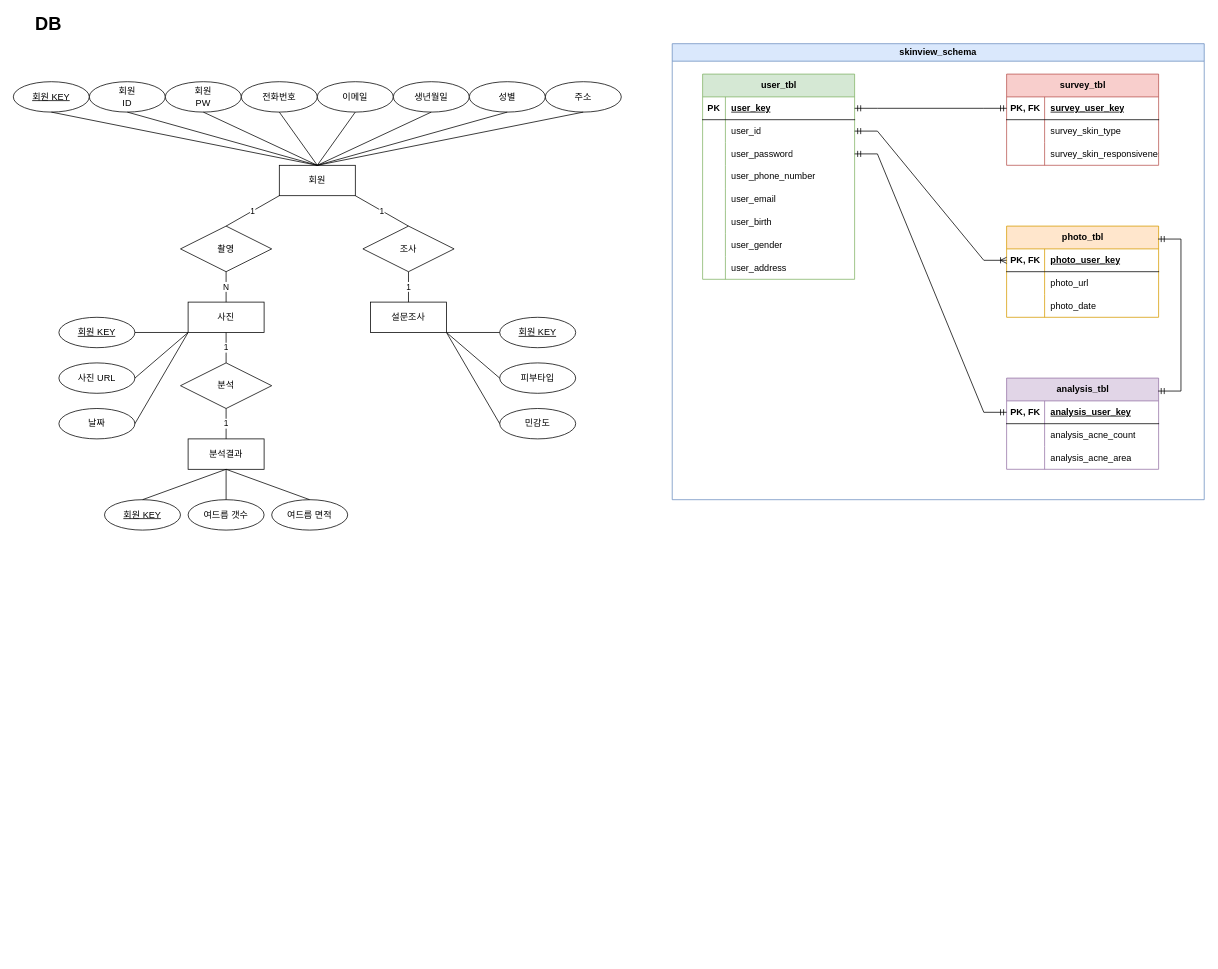
This is DB 관계도.drawio from jh051777/ai_skin, a draw.io file, before an edit. Source tidied: cells renumbered, new cells numbered last; positions are measured from the earlier drawing's top-left corner, leaving out a move shared by most shapes. Both pictures are drawn from the tidied source at 76%, with x=0, y=0 at pixel (13, 13).
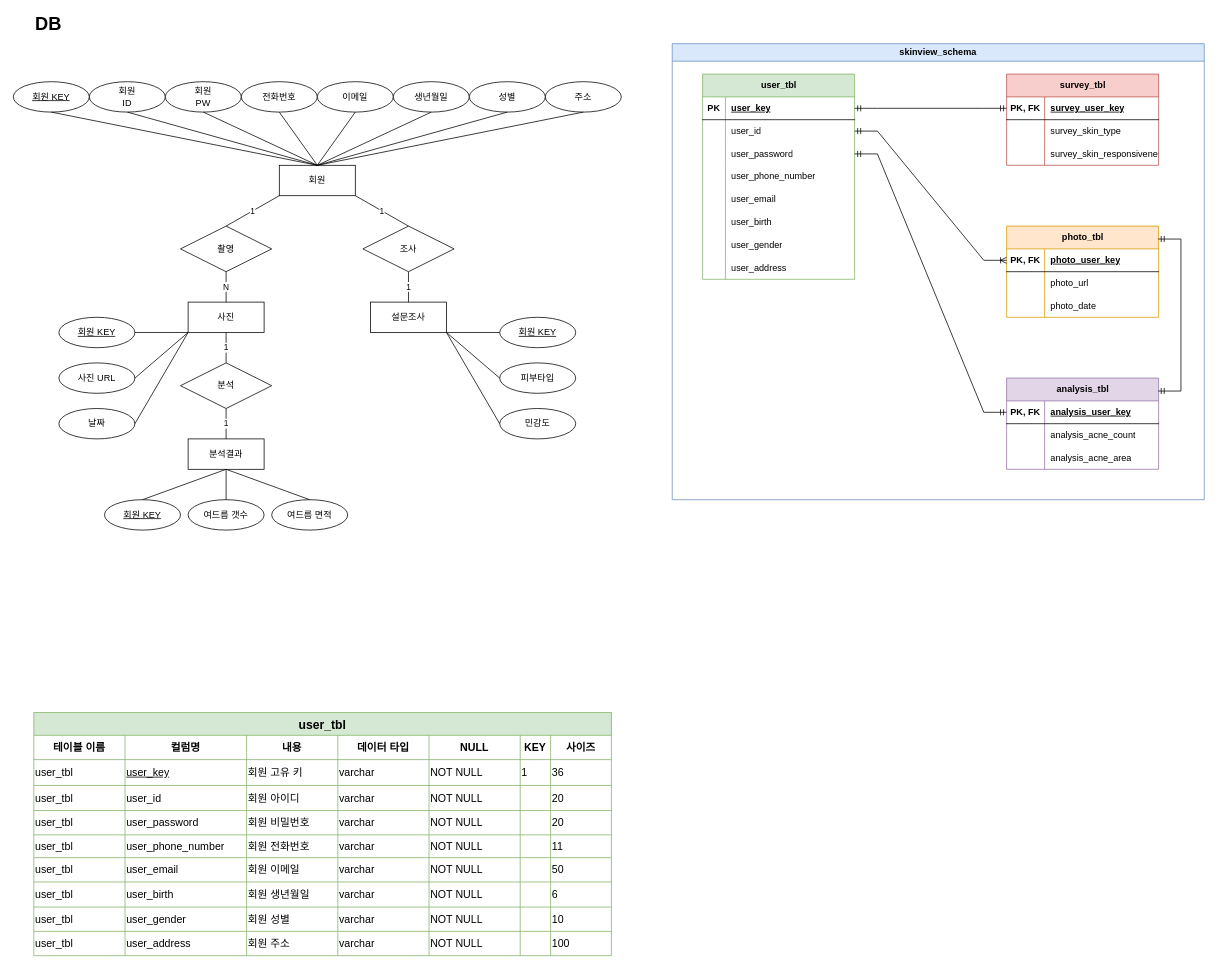
After the change.

Commit message (it also covers changes not shown here):
DB 관계도.drawio 업데이트

The edit, as a diff of the source:
```diff
@@
+    <mxCell id="110" value="user_tbl" style="shape=table;startSize=30;childLayout=tableLayout;strokeColor=#82b366;fontSize=16;fillColor=#d5e8d4;fontStyle=1;" parent="1" vertex="1">
+      <mxGeometry x="27" y="920" width="760" height="320" as="geometry" />
+    </mxCell>
+    <mxCell id="111" style="shape=tableRow;horizontal=0;startSize=0;swimlaneHead=0;swimlaneBody=0;strokeColor=inherit;top=0;left=0;bottom=0;right=0;fillColor=none;fontSize=16;" parent="110" vertex="1">
+      <mxGeometry y="30" width="760" height="32" as="geometry" />
+    </mxCell>
+    <mxCell id="112" value="테이블 이름" style="shape=partialRectangle;html=1;whiteSpace=wrap;strokeColor=inherit;overflow=hidden;fillColor=none;top=0;left=0;bottom=0;right=0;fontSize=14;fontStyle=1;" parent="111" vertex="1">
+      <mxGeometry width="120" height="32" as="geometry" />
+    </mxCell>
+    <mxCell id="113" value="컬럼명" style="shape=partialRectangle;html=1;whiteSpace=wrap;strokeColor=inherit;overflow=hidden;fillColor=none;top=0;left=0;bottom=0;right=0;fontSize=14;fontStyle=1;" parent="111" vertex="1">
+      <mxGeometry x="120" width="160" height="32" as="geometry" />
+    </mxCell>
+    <mxCell id="114" value="내용" style="shape=partialRectangle;html=1;whiteSpace=wrap;strokeColor=inherit;overflow=hidden;fillColor=none;top=0;left=0;bottom=0;right=0;fontSize=14;fontStyle=1;" parent="111" vertex="1">
+      <mxGeometry x="280" width="120" height="32" as="geometry" />
+    </mxCell>
+    <mxCell id="115" value="데이터 타입" style="shape=partialRectangle;html=1;whiteSpace=wrap;strokeColor=inherit;overflow=hidden;fillColor=none;top=0;left=0;bottom=0;right=0;fontSize=14;fontStyle=1;" parent="111" vertex="1">
+      <mxGeometry x="400" width="120" height="32" as="geometry" />
+    </mxCell>
+    <mxCell id="116" value="NULL" style="shape=partialRectangle;html=1;whiteSpace=wrap;strokeColor=inherit;overflow=hidden;fillColor=none;top=0;left=0;bottom=0;right=0;fontSize=14;fontStyle=1;" parent="111" vertex="1">
+      <mxGeometry x="520" width="120" height="32" as="geometry" />
+    </mxCell>
+    <mxCell id="117" value="KEY" style="shape=partialRectangle;html=1;whiteSpace=wrap;strokeColor=inherit;overflow=hidden;fillColor=none;top=0;left=0;bottom=0;right=0;fontSize=14;fontStyle=1;" parent="111" vertex="1">
+      <mxGeometry x="640" width="40" height="32" as="geometry" />
+    </mxCell>
+    <mxCell id="118" value="사이즈" style="shape=partialRectangle;html=1;whiteSpace=wrap;strokeColor=inherit;overflow=hidden;fillColor=none;top=0;left=0;bottom=0;right=0;fontSize=14;fontStyle=1;" parent="111" vertex="1">
+      <mxGeometry x="680" width="80" height="32" as="geometry" />
+    </mxCell>
+    <mxCell id="119" style="shape=tableRow;horizontal=0;startSize=0;swimlaneHead=0;swimlaneBody=0;strokeColor=inherit;top=0;left=0;bottom=0;right=0;fillColor=none;fontSize=16;" parent="110" vertex="1">
+      <mxGeometry y="62" width="760" height="34" as="geometry" />
+    </mxCell>
+    <mxCell id="120" value="user_tbl" style="shape=partialRectangle;html=1;whiteSpace=wrap;strokeColor=inherit;overflow=hidden;fillColor=none;top=0;left=0;bottom=0;right=0;fontSize=14;align=left;" parent="119" vertex="1">
+      <mxGeometry width="120" height="34" as="geometry" />
+    </mxCell>
+    <mxCell id="121" value="user_key" style="shape=partialRectangle;html=1;whiteSpace=wrap;strokeColor=inherit;overflow=hidden;fillColor=none;top=0;left=0;bottom=0;right=0;fontSize=14;align=left;fontStyle=4;" parent="119" vertex="1">
+      <mxGeometry x="120" width="160" height="34" as="geometry" />
+    </mxCell>
+    <mxCell id="122" value="회원 고유 키" style="shape=partialRectangle;html=1;whiteSpace=wrap;strokeColor=inherit;overflow=hidden;fillColor=none;top=0;left=0;bottom=0;right=0;fontSize=14;align=left;" parent="119" vertex="1">
+      <mxGeometry x="280" width="120" height="34" as="geometry" />
+    </mxCell>
+    <mxCell id="123" value="varchar" style="shape=partialRectangle;html=1;whiteSpace=wrap;strokeColor=inherit;overflow=hidden;fillColor=none;top=0;left=0;bottom=0;right=0;fontSize=14;align=left;" parent="119" vertex="1">
+      <mxGeometry x="400" width="120" height="34" as="geometry" />
+    </mxCell>
+    <mxCell id="124" value="NOT NULL" style="shape=partialRectangle;html=1;whiteSpace=wrap;strokeColor=inherit;overflow=hidden;fillColor=none;top=0;left=0;bottom=0;right=0;fontSize=14;align=left;" parent="119" vertex="1">
+      <mxGeometry x="520" width="120" height="34" as="geometry" />
+    </mxCell>
+    <mxCell id="125" value="1" style="shape=partialRectangle;html=1;whiteSpace=wrap;strokeColor=inherit;overflow=hidden;fillColor=none;top=0;left=0;bottom=0;right=0;fontSize=14;align=left;" parent="119" vertex="1">
+      <mxGeometry x="640" width="40" height="34" as="geometry" />
+    </mxCell>
+    <mxCell id="126" value="36" style="shape=partialRectangle;html=1;whiteSpace=wrap;strokeColor=inherit;overflow=hidden;fillColor=none;top=0;left=0;bottom=0;right=0;fontSize=14;align=left;" parent="119" vertex="1">
+      <mxGeometry x="680" width="80" height="34" as="geometry" />
+    </mxCell>
+    <mxCell id="127" style="shape=tableRow;horizontal=0;startSize=0;swimlaneHead=0;swimlaneBody=0;strokeColor=inherit;top=0;left=0;bottom=0;right=0;fillColor=none;fontSize=16;" parent="110" vertex="1">
+      <mxGeometry y="96" width="760" height="33" as="geometry" />
+    </mxCell>
+    <mxCell id="128" value="user_tbl" style="shape=partialRectangle;html=1;whiteSpace=wrap;strokeColor=inherit;overflow=hidden;fillColor=none;top=0;left=0;bottom=0;right=0;fontSize=14;align=left;" parent="127" vertex="1">
+      <mxGeometry width="120" height="33" as="geometry" />
+    </mxCell>
+    <mxCell id="129" value="user_id" style="shape=partialRectangle;html=1;whiteSpace=wrap;strokeColor=inherit;overflow=hidden;fillColor=none;top=0;left=0;bottom=0;right=0;fontSize=14;align=left;" parent="127" vertex="1">
+      <mxGeometry x="120" width="160" height="33" as="geometry" />
+    </mxCell>
+    <mxCell id="130" value="회원 아이디" style="shape=partialRectangle;html=1;whiteSpace=wrap;strokeColor=inherit;overflow=hidden;fillColor=none;top=0;left=0;bottom=0;right=0;fontSize=14;align=left;" parent="127" vertex="1">
+      <mxGeometry x="280" width="120" height="33" as="geometry" />
+    </mxCell>
+    <mxCell id="131" value="varchar" style="shape=partialRectangle;html=1;whiteSpace=wrap;strokeColor=inherit;overflow=hidden;fillColor=none;top=0;left=0;bottom=0;right=0;fontSize=14;align=left;" parent="127" vertex="1">
+      <mxGeometry x="400" width="120" height="33" as="geometry" />
+    </mxCell>
+    <mxCell id="132" value="NOT NULL" style="shape=partialRectangle;html=1;whiteSpace=wrap;strokeColor=inherit;overflow=hidden;fillColor=none;top=0;left=0;bottom=0;right=0;fontSize=14;align=left;" parent="127" vertex="1">
+      <mxGeometry x="520" width="120" height="33" as="geometry" />
+    </mxCell>
+    <mxCell id="133" style="shape=partialRectangle;html=1;whiteSpace=wrap;strokeColor=inherit;overflow=hidden;fillColor=none;top=0;left=0;bottom=0;right=0;fontSize=14;align=left;" parent="127" vertex="1">
+      <mxGeometry x="640" width="40" height="33" as="geometry" />
+    </mxCell>
+    <mxCell id="134" value="20" style="shape=partialRectangle;html=1;whiteSpace=wrap;strokeColor=inherit;overflow=hidden;fillColor=none;top=0;left=0;bottom=0;right=0;fontSize=14;align=left;" parent="127" vertex="1">
+      <mxGeometry x="680" width="80" height="33" as="geometry" />
+    </mxCell>
+    <mxCell id="135" style="shape=tableRow;horizontal=0;startSize=0;swimlaneHead=0;swimlaneBody=0;strokeColor=inherit;top=0;left=0;bottom=0;right=0;fillColor=none;fontSize=16;" parent="110" vertex="1">
+      <mxGeometry y="129" width="760" height="32" as="geometry" />
+    </mxCell>
+    <mxCell id="136" value="user_tbl" style="shape=partialRectangle;html=1;whiteSpace=wrap;strokeColor=inherit;overflow=hidden;fillColor=none;top=0;left=0;bottom=0;right=0;fontSize=14;align=left;" parent="135" vertex="1">
+      <mxGeometry width="120" height="32" as="geometry" />
+    </mxCell>
+    <mxCell id="137" value="user_password" style="shape=partialRectangle;html=1;whiteSpace=wrap;strokeColor=inherit;overflow=hidden;fillColor=none;top=0;left=0;bottom=0;right=0;fontSize=14;align=left;" parent="135" vertex="1">
+      <mxGeometry x="120" width="160" height="32" as="geometry" />
+    </mxCell>
+    <mxCell id="138" value="회원 비밀번호" style="shape=partialRectangle;html=1;whiteSpace=wrap;strokeColor=inherit;overflow=hidden;fillColor=none;top=0;left=0;bottom=0;right=0;fontSize=14;align=left;" parent="135" vertex="1">
+      <mxGeometry x="280" width="120" height="32" as="geometry" />
+    </mxCell>
+    <mxCell id="139" value="varchar" style="shape=partialRectangle;html=1;whiteSpace=wrap;strokeColor=inherit;overflow=hidden;fillColor=none;top=0;left=0;bottom=0;right=0;fontSize=14;align=left;" parent="135" vertex="1">
+      <mxGeometry x="400" width="120" height="32" as="geometry" />
+    </mxCell>
+    <mxCell id="140" value="NOT NULL" style="shape=partialRectangle;html=1;whiteSpace=wrap;strokeColor=inherit;overflow=hidden;fillColor=none;top=0;left=0;bottom=0;right=0;fontSize=14;align=left;" parent="135" vertex="1">
+      <mxGeometry x="520" width="120" height="32" as="geometry" />
+    </mxCell>
+    <mxCell id="141" style="shape=partialRectangle;html=1;whiteSpace=wrap;strokeColor=inherit;overflow=hidden;fillColor=none;top=0;left=0;bottom=0;right=0;fontSize=14;align=left;" parent="135" vertex="1">
+      <mxGeometry x="640" width="40" height="32" as="geometry" />
+    </mxCell>
+    <mxCell id="142" value="20" style="shape=partialRectangle;html=1;whiteSpace=wrap;strokeColor=inherit;overflow=hidden;fillColor=none;top=0;left=0;bottom=0;right=0;fontSize=14;align=left;" parent="135" vertex="1">
+      <mxGeometry x="680" width="80" height="32" as="geometry" />
+    </mxCell>
+    <mxCell id="143" style="shape=tableRow;horizontal=0;startSize=0;swimlaneHead=0;swimlaneBody=0;strokeColor=inherit;top=0;left=0;bottom=0;right=0;fillColor=none;fontSize=16;" parent="110" vertex="1">
+      <mxGeometry y="161" width="760" height="30" as="geometry" />
+    </mxCell>
+    <mxCell id="144" value="user_tbl" style="shape=partialRectangle;html=1;whiteSpace=wrap;strokeColor=inherit;overflow=hidden;fillColor=none;top=0;left=0;bottom=0;right=0;fontSize=14;align=left;" parent="143" vertex="1">
+      <mxGeometry width="120" height="30" as="geometry" />
+    </mxCell>
+    <mxCell id="145" value="user_phone_number" style="shape=partialRectangle;html=1;whiteSpace=wrap;strokeColor=inherit;overflow=hidden;fillColor=none;top=0;left=0;bottom=0;right=0;fontSize=14;align=left;" parent="143" vertex="1">
+      <mxGeometry x="120" width="160" height="30" as="geometry" />
+    </mxCell>
+    <mxCell id="146" value="회원 전화번호" style="shape=partialRectangle;html=1;whiteSpace=wrap;strokeColor=inherit;overflow=hidden;fillColor=none;top=0;left=0;bottom=0;right=0;fontSize=14;align=left;" parent="143" vertex="1">
+      <mxGeometry x="280" width="120" height="30" as="geometry" />
+    </mxCell>
+    <mxCell id="147" value="varchar" style="shape=partialRectangle;html=1;whiteSpace=wrap;strokeColor=inherit;overflow=hidden;fillColor=none;top=0;left=0;bottom=0;right=0;fontSize=14;align=left;" parent="143" vertex="1">
+      <mxGeometry x="400" width="120" height="30" as="geometry" />
+    </mxCell>
+    <mxCell id="148" value="NOT NULL" style="shape=partialRectangle;html=1;whiteSpace=wrap;strokeColor=inherit;overflow=hidden;fillColor=none;top=0;left=0;bottom=0;right=0;fontSize=14;align=left;" parent="143" vertex="1">
+      <mxGeometry x="520" width="120" height="30" as="geometry" />
+    </mxCell>
+    <mxCell id="149" style="shape=partialRectangle;html=1;whiteSpace=wrap;strokeColor=inherit;overflow=hidden;fillColor=none;top=0;left=0;bottom=0;right=0;fontSize=14;align=left;" parent="143" vertex="1">
+      <mxGeometry x="640" width="40" height="30" as="geometry" />
+    </mxCell>
+    <mxCell id="150" value="11" style="shape=partialRectangle;html=1;whiteSpace=wrap;strokeColor=inherit;overflow=hidden;fillColor=none;top=0;left=0;bottom=0;right=0;fontSize=14;align=left;" parent="143" vertex="1">
+      <mxGeometry x="680" width="80" height="30" as="geometry" />
+    </mxCell>
+    <mxCell id="151" style="shape=tableRow;horizontal=0;startSize=0;swimlaneHead=0;swimlaneBody=0;strokeColor=inherit;top=0;left=0;bottom=0;right=0;fillColor=none;fontSize=16;" parent="110" vertex="1">
+      <mxGeometry y="191" width="760" height="32" as="geometry" />
+    </mxCell>
+    <mxCell id="152" value="user_tbl" style="shape=partialRectangle;html=1;whiteSpace=wrap;strokeColor=inherit;overflow=hidden;fillColor=none;top=0;left=0;bottom=0;right=0;fontSize=14;align=left;" parent="151" vertex="1">
+      <mxGeometry width="120" height="32" as="geometry" />
+    </mxCell>
+    <mxCell id="153" value="user_email" style="shape=partialRectangle;html=1;whiteSpace=wrap;strokeColor=inherit;overflow=hidden;fillColor=none;top=0;left=0;bottom=0;right=0;fontSize=14;align=left;" parent="151" vertex="1">
+      <mxGeometry x="120" width="160" height="32" as="geometry" />
+    </mxCell>
+    <mxCell id="154" value="회원 이메일" style="shape=partialRectangle;html=1;whiteSpace=wrap;strokeColor=inherit;overflow=hidden;fillColor=none;top=0;left=0;bottom=0;right=0;fontSize=14;align=left;" parent="151" vertex="1">
+      <mxGeometry x="280" width="120" height="32" as="geometry" />
+    </mxCell>
+    <mxCell id="155" value="varchar" style="shape=partialRectangle;html=1;whiteSpace=wrap;strokeColor=inherit;overflow=hidden;fillColor=none;top=0;left=0;bottom=0;right=0;fontSize=14;align=left;" parent="151" vertex="1">
+      <mxGeometry x="400" width="120" height="32" as="geometry" />
+    </mxCell>
+    <mxCell id="156" value="NOT NULL" style="shape=partialRectangle;html=1;whiteSpace=wrap;strokeColor=inherit;overflow=hidden;fillColor=none;top=0;left=0;bottom=0;right=0;fontSize=14;align=left;" parent="151" vertex="1">
+      <mxGeometry x="520" width="120" height="32" as="geometry" />
+    </mxCell>
+    <mxCell id="157" style="shape=partialRectangle;html=1;whiteSpace=wrap;strokeColor=inherit;overflow=hidden;fillColor=none;top=0;left=0;bottom=0;right=0;fontSize=14;align=left;" parent="151" vertex="1">
+      <mxGeometry x="640" width="40" height="32" as="geometry" />
+    </mxCell>
+    <mxCell id="158" value="50" style="shape=partialRectangle;html=1;whiteSpace=wrap;strokeColor=inherit;overflow=hidden;fillColor=none;top=0;left=0;bottom=0;right=0;fontSize=14;align=left;" parent="151" vertex="1">
+      <mxGeometry x="680" width="80" height="32" as="geometry" />
+    </mxCell>
+    <mxCell id="159" style="shape=tableRow;horizontal=0;startSize=0;swimlaneHead=0;swimlaneBody=0;strokeColor=inherit;top=0;left=0;bottom=0;right=0;fillColor=none;fontSize=16;" parent="110" vertex="1">
+      <mxGeometry y="223" width="760" height="33" as="geometry" />
+    </mxCell>
+    <mxCell id="160" value="user_tbl" style="shape=partialRectangle;html=1;whiteSpace=wrap;strokeColor=inherit;overflow=hidden;fillColor=none;top=0;left=0;bottom=0;right=0;fontSize=14;align=left;" parent="159" vertex="1">
+      <mxGeometry width="120" height="33" as="geometry" />
+    </mxCell>
+    <mxCell id="161" value="user_birth" style="shape=partialRectangle;html=1;whiteSpace=wrap;strokeColor=inherit;overflow=hidden;fillColor=none;top=0;left=0;bottom=0;right=0;fontSize=14;align=left;" parent="159" vertex="1">
+      <mxGeometry x="120" width="160" height="33" as="geometry" />
+    </mxCell>
+    <mxCell id="162" value="회원 생년월일" style="shape=partialRectangle;html=1;whiteSpace=wrap;strokeColor=inherit;overflow=hidden;fillColor=none;top=0;left=0;bottom=0;right=0;fontSize=14;align=left;" parent="159" vertex="1">
+      <mxGeometry x="280" width="120" height="33" as="geometry" />
+    </mxCell>
+    <mxCell id="163" value="varchar" style="shape=partialRectangle;html=1;whiteSpace=wrap;strokeColor=inherit;overflow=hidden;fillColor=none;top=0;left=0;bottom=0;right=0;fontSize=14;align=left;" parent="159" vertex="1">
+      <mxGeometry x="400" width="120" height="33" as="geometry" />
+    </mxCell>
+    <mxCell id="164" value="NOT NULL" style="shape=partialRectangle;html=1;whiteSpace=wrap;strokeColor=inherit;overflow=hidden;fillColor=none;top=0;left=0;bottom=0;right=0;fontSize=14;align=left;" parent="159" vertex="1">
+      <mxGeometry x="520" width="120" height="33" as="geometry" />
+    </mxCell>
+    <mxCell id="165" style="shape=partialRectangle;html=1;whiteSpace=wrap;strokeColor=inherit;overflow=hidden;fillColor=none;top=0;left=0;bottom=0;right=0;fontSize=14;align=left;" parent="159" vertex="1">
+      <mxGeometry x="640" width="40" height="33" as="geometry" />
+    </mxCell>
+    <mxCell id="166" value="6" style="shape=partialRectangle;html=1;whiteSpace=wrap;strokeColor=inherit;overflow=hidden;fillColor=none;top=0;left=0;bottom=0;right=0;fontSize=14;align=left;" parent="159" vertex="1">
+      <mxGeometry x="680" width="80" height="33" as="geometry" />
+    </mxCell>
+    <mxCell id="167" style="shape=tableRow;horizontal=0;startSize=0;swimlaneHead=0;swimlaneBody=0;strokeColor=inherit;top=0;left=0;bottom=0;right=0;fillColor=none;fontSize=16;" parent="110" vertex="1">
+      <mxGeometry y="256" width="760" height="32" as="geometry" />
+    </mxCell>
+    <mxCell id="168" value="user_tbl" style="shape=partialRectangle;html=1;whiteSpace=wrap;strokeColor=inherit;overflow=hidden;fillColor=none;top=0;left=0;bottom=0;right=0;fontSize=14;align=left;" parent="167" vertex="1">
+      <mxGeometry width="120" height="32" as="geometry" />
+    </mxCell>
+    <mxCell id="169" value="user_gender" style="shape=partialRectangle;html=1;whiteSpace=wrap;strokeColor=inherit;overflow=hidden;fillColor=none;top=0;left=0;bottom=0;right=0;fontSize=14;align=left;" parent="167" vertex="1">
+      <mxGeometry x="120" width="160" height="32" as="geometry" />
+    </mxCell>
+    <mxCell id="170" value="회원 성별" style="shape=partialRectangle;html=1;whiteSpace=wrap;strokeColor=inherit;overflow=hidden;fillColor=none;top=0;left=0;bottom=0;right=0;fontSize=14;align=left;" parent="167" vertex="1">
+      <mxGeometry x="280" width="120" height="32" as="geometry" />
+    </mxCell>
+    <mxCell id="171" value="varchar" style="shape=partialRectangle;html=1;whiteSpace=wrap;strokeColor=inherit;overflow=hidden;fillColor=none;top=0;left=0;bottom=0;right=0;fontSize=14;align=left;" parent="167" vertex="1">
+      <mxGeometry x="400" width="120" height="32" as="geometry" />
+    </mxCell>
+    <mxCell id="172" value="NOT NULL" style="shape=partialRectangle;html=1;whiteSpace=wrap;strokeColor=inherit;overflow=hidden;fillColor=none;top=0;left=0;bottom=0;right=0;fontSize=14;align=left;" parent="167" vertex="1">
+      <mxGeometry x="520" width="120" height="32" as="geometry" />
+    </mxCell>
+    <mxCell id="173" style="shape=partialRectangle;html=1;whiteSpace=wrap;strokeColor=inherit;overflow=hidden;fillColor=none;top=0;left=0;bottom=0;right=0;fontSize=14;align=left;" parent="167" vertex="1">
+      <mxGeometry x="640" width="40" height="32" as="geometry" />
+    </mxCell>
+    <mxCell id="174" value="10" style="shape=partialRectangle;html=1;whiteSpace=wrap;strokeColor=inherit;overflow=hidden;fillColor=none;top=0;left=0;bottom=0;right=0;fontSize=14;align=left;" parent="167" vertex="1">
+      <mxGeometry x="680" width="80" height="32" as="geometry" />
+    </mxCell>
+    <mxCell id="175" style="shape=tableRow;horizontal=0;startSize=0;swimlaneHead=0;swimlaneBody=0;strokeColor=inherit;top=0;left=0;bottom=0;right=0;fillColor=none;fontSize=16;" parent="110" vertex="1">
+      <mxGeometry y="288" width="760" height="32" as="geometry" />
+    </mxCell>
+    <mxCell id="176" value="user_tbl" style="shape=partialRectangle;html=1;whiteSpace=wrap;strokeColor=inherit;overflow=hidden;fillColor=none;top=0;left=0;bottom=0;right=0;fontSize=14;align=left;" parent="175" vertex="1">
+      <mxGeometry width="120" height="32" as="geometry" />
+    </mxCell>
+    <mxCell id="177" value="user_address" style="shape=partialRectangle;html=1;whiteSpace=wrap;strokeColor=inherit;overflow=hidden;fillColor=none;top=0;left=0;bottom=0;right=0;fontSize=14;align=left;" parent="175" vertex="1">
+      <mxGeometry x="120" width="160" height="32" as="geometry" />
+    </mxCell>
+    <mxCell id="178" value="회원 주소" style="shape=partialRectangle;html=1;whiteSpace=wrap;strokeColor=inherit;overflow=hidden;fillColor=none;top=0;left=0;bottom=0;right=0;fontSize=14;align=left;" parent="175" vertex="1">
+      <mxGeometry x="280" width="120" height="32" as="geometry" />
+    </mxCell>
+    <mxCell id="179" value="varchar" style="shape=partialRectangle;html=1;whiteSpace=wrap;strokeColor=inherit;overflow=hidden;fillColor=none;top=0;left=0;bottom=0;right=0;fontSize=14;align=left;" parent="175" vertex="1">
+      <mxGeometry x="400" width="120" height="32" as="geometry" />
+    </mxCell>
+    <mxCell id="180" value="NOT NULL" style="shape=partialRectangle;html=1;whiteSpace=wrap;strokeColor=inherit;overflow=hidden;fillColor=none;top=0;left=0;bottom=0;right=0;fontSize=14;align=left;" parent="175" vertex="1">
+      <mxGeometry x="520" width="120" height="32" as="geometry" />
+    </mxCell>
+    <mxCell id="181" style="shape=partialRectangle;html=1;whiteSpace=wrap;strokeColor=inherit;overflow=hidden;fillColor=none;top=0;left=0;bottom=0;right=0;fontSize=14;align=left;" parent="175" vertex="1">
+      <mxGeometry x="640" width="40" height="32" as="geometry" />
+    </mxCell>
+    <mxCell id="182" value="100" style="shape=partialRectangle;html=1;whiteSpace=wrap;strokeColor=inherit;overflow=hidden;fillColor=none;top=0;left=0;bottom=0;right=0;fontSize=14;align=left;" parent="175" vertex="1">
+      <mxGeometry x="680" width="80" height="32" as="geometry" />
+    </mxCell>
```
